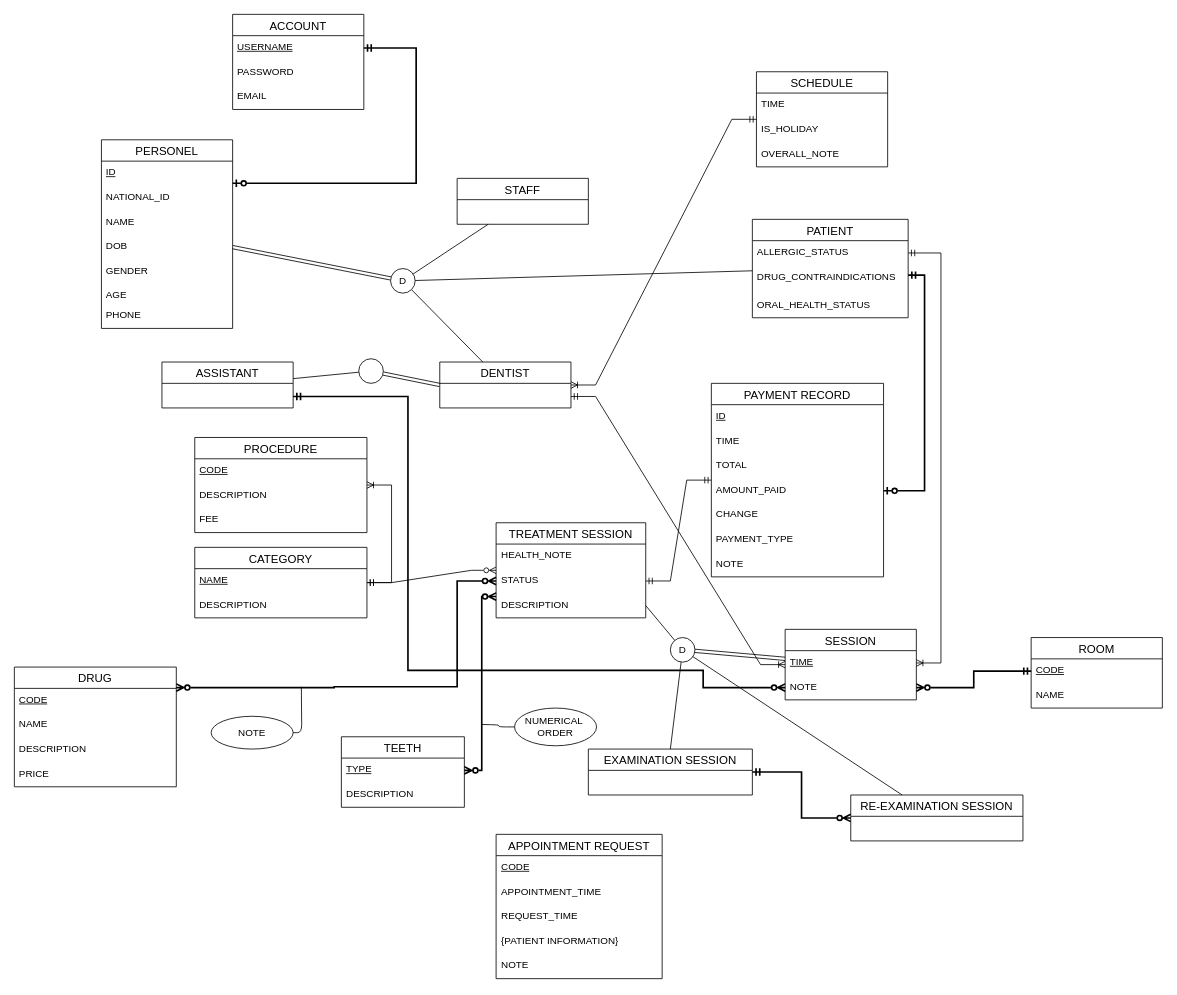
Before: diagrams/conceptual-diagram-v4.drawio in nibtr/clinic-db, a draw.io diagram. Source tidied: cells renumbered, new cells numbered last; positions are measured from the earlier drawing's top-left corner, leaving out a move shared by most shapes. Both pictures are drawn from the tidied source at 82%, with x=0, y=0 at pixel (14, 14).
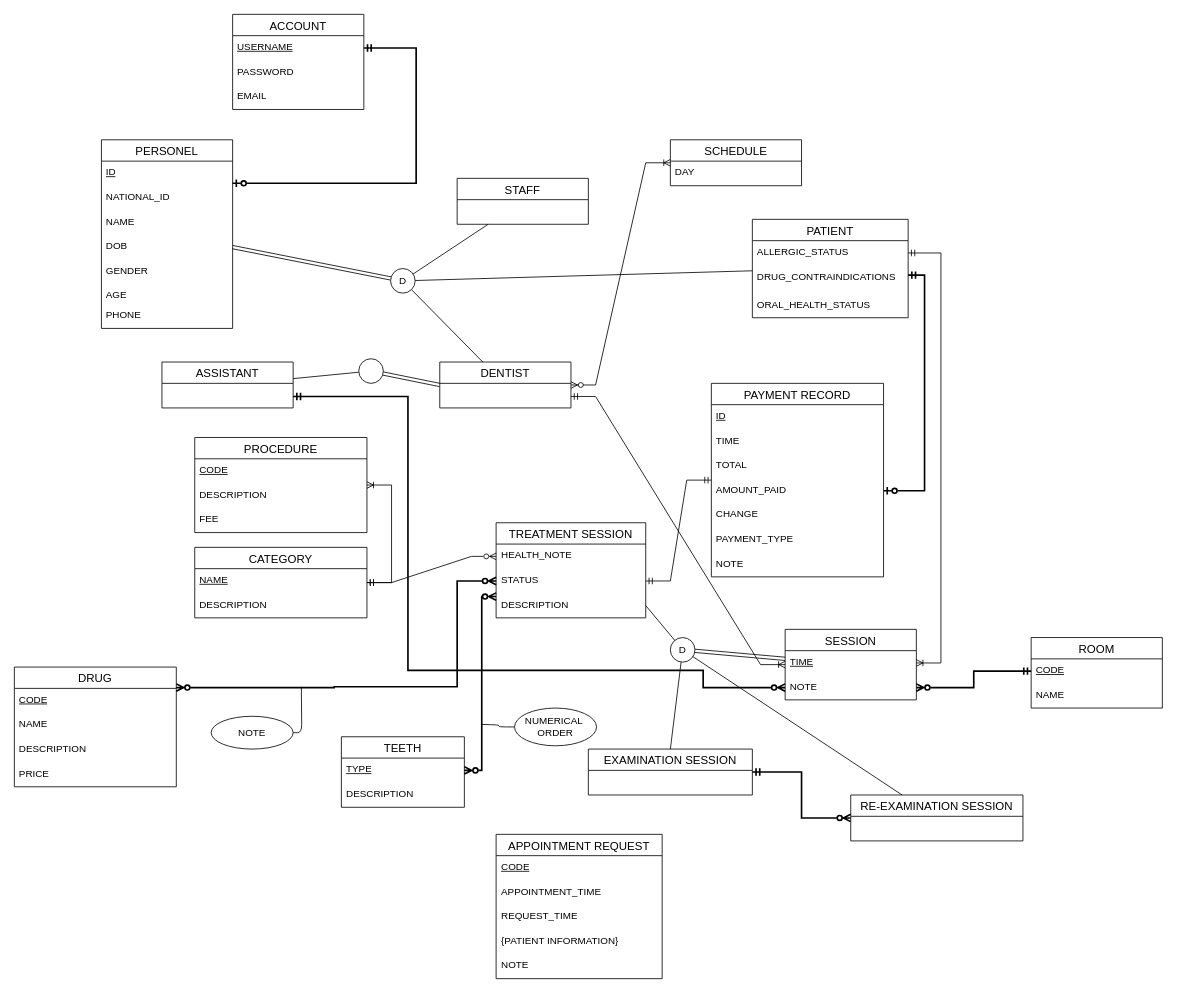
The same page after the edit.

Commit message (it also covers changes not shown here):
update: update diagram + data types

Unchanged cells that the change refers to:
```xml
<mxCell id="2" value="DENTIST" style="swimlane;fontStyle=0;horizontal=1;startSize=26;align=center;fontSize=14;" parent="1" vertex="1">
  <mxGeometry x="518.8" y="424" width="160" height="56" as="geometry" />
</mxCell>
<mxCell id="37" value="TREATMENT SESSION" style="swimlane;fontStyle=0;horizontal=1;startSize=26;align=center;fontSize=14;" parent="1" vertex="1">
  <mxGeometry x="587.5" y="620" width="182.5" height="116" as="geometry" />
</mxCell>
<mxCell id="38" value="HEALTH_NOTE" style="text;strokeColor=none;fillColor=none;spacingLeft=4;spacingRight=4;overflow=hidden;points=[[0,0.5],[1,0.5]];portConstraint=eastwest;fontSize=12;whiteSpace=wrap;html=1;" parent="37" vertex="1">
  <mxGeometry y="26" width="182.5" height="30" as="geometry" />
</mxCell>
<mxCell id="41" value="CATEGORY" style="swimlane;fontStyle=0;horizontal=1;startSize=26;align=center;fontSize=14;" parent="1" vertex="1">
  <mxGeometry x="220" y="650" width="210" height="86" as="geometry" />
</mxCell>
```

The edit, as a diff of the source:
```diff
@@
     <mxCell id="33" value="SCHEDULE" style="swimlane;fontStyle=0;horizontal=1;startSize=26;align=center;fontSize=14;" parent="1" vertex="1">
-      <mxGeometry x="905" y="70" width="160" height="116" as="geometry" />
+      <mxGeometry x="800" y="153" width="160" height="56" as="geometry" />
     </mxCell>
-    <mxCell id="34" value="TIME" style="text;strokeColor=none;fillColor=none;spacingLeft=4;spacingRight=4;overflow=hidden;fontSize=12;whiteSpace=wrap;html=1;" parent="33" vertex="1">
+    <mxCell id="34" value="DAY" style="text;strokeColor=none;fillColor=none;spacingLeft=4;spacingRight=4;overflow=hidden;fontSize=12;whiteSpace=wrap;html=1;" parent="33" vertex="1">
       <mxGeometry y="26" width="160" height="30" as="geometry" />
     </mxCell>
-    <mxCell id="35" value="IS_HOLIDAY" style="text;strokeColor=none;fillColor=none;spacingLeft=4;spacingRight=4;overflow=hidden;fontSize=12;whiteSpace=wrap;html=1;" parent="33" vertex="1">
-      <mxGeometry y="56" width="160" height="30" as="geometry" />
-    </mxCell>
-    <mxCell id="36" value="OVERALL_NOTE" style="text;strokeColor=none;fillColor=none;spacingLeft=4;spacingRight=4;overflow=hidden;fontSize=12;whiteSpace=wrap;html=1;" parent="33" vertex="1">
-      <mxGeometry y="86" width="160" height="30" as="geometry" />
-    </mxCell>
@@
-    <mxCell id="64" style="edgeStyle=entityRelationEdgeStyle;fontSize=12;html=1;endArrow=ERoneToMany;startArrow=ERmandOne;rounded=0;" parent="1" edge="1" source="33" target="2">
-      <mxGeometry relative="1" as="geometry" />
-    </mxCell>
@@
-    <mxCell id="66" style="edgeStyle=entityRelationEdgeStyle;fontSize=12;html=1;endArrow=ERzeroToMany;startArrow=ERmandOne;rounded=0;endFill=0;" parent="1" edge="1" source="41" target="37">
+    <mxCell id="66" style="edgeStyle=entityRelationEdgeStyle;fontSize=12;html=1;endArrow=ERzeroToMany;startArrow=ERmandOne;rounded=0;endFill=0;" parent="1" edge="1" source="41" target="38">
       <mxGeometry relative="1" as="geometry" />
     </mxCell>
@@
+    <mxCell id="96" style="edgeStyle=entityRelationEdgeStyle;fontSize=12;html=1;endArrow=ERoneToMany;startArrow=ERzeroToMany;rounded=0;" parent="1" edge="1" source="2" target="33">
+      <mxGeometry relative="1" as="geometry" />
+    </mxCell>
```
